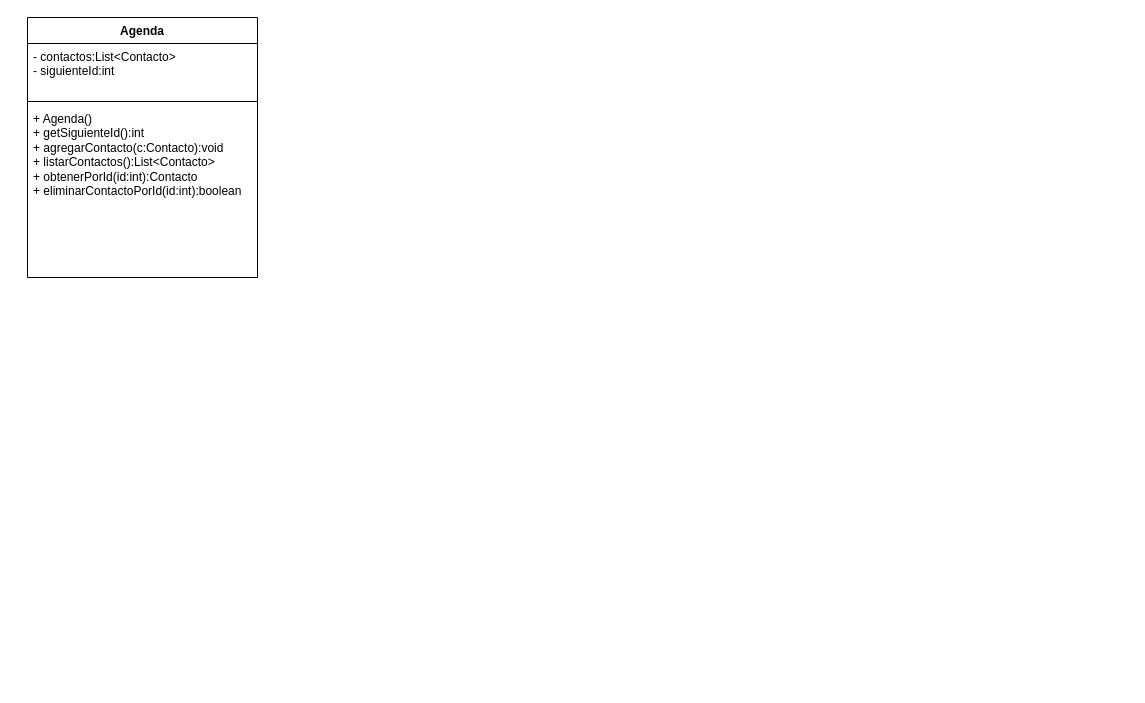
The draw.io diagram assets/diagrama.drawio in jgonbur142/P02_Ingenieria_Inversa, before the edit. Source tidied: cells renumbered, new cells numbered last; positions are measured from the earlier drawing's top-left corner, leaving out a move shared by most shapes. Both pictures are drawn from the tidied source at 100%, with x=0, y=0 at pixel (27, 17).
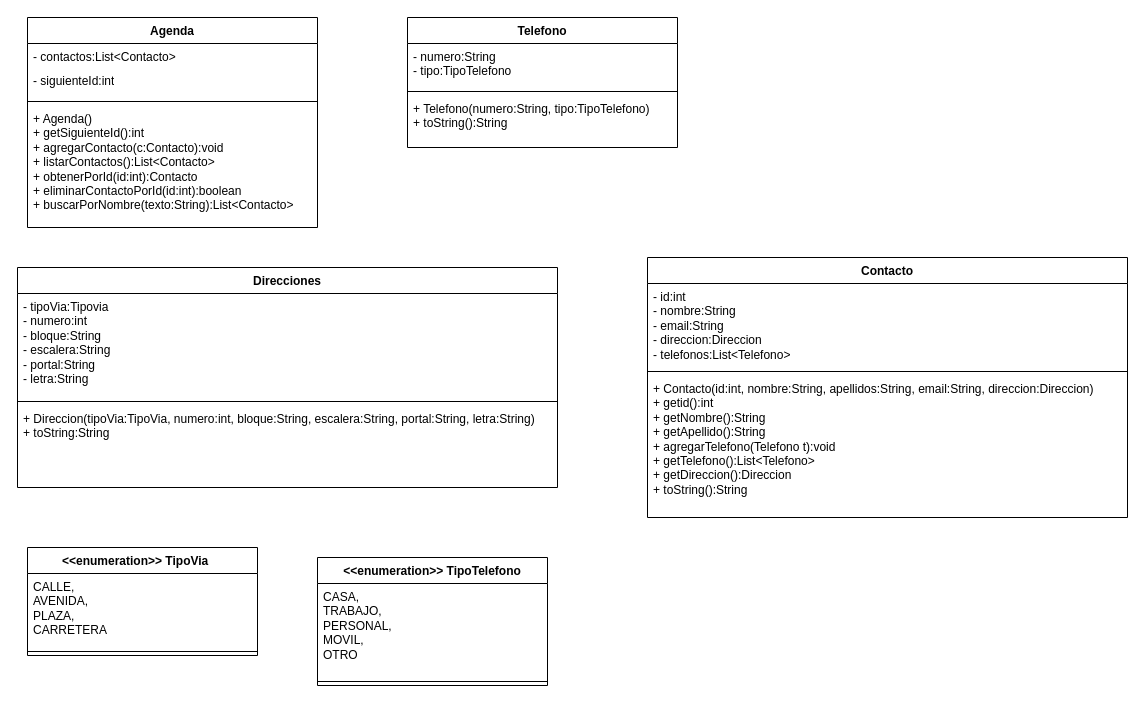
The same diagram, later.

Commit message (it also covers changes not shown here):
||Trabajo en casa|| Diagrama casi terminado y preguntas para responder en /docs.

What changed in the source:
```diff
@@
     <mxCell id="2" value="Agenda" style="swimlane;fontStyle=1;align=center;verticalAlign=top;horizontal=1;startSize=26;whiteSpace=wrap;html=1;" parent="1" vertex="1">
-      <mxGeometry width="230" height="260" as="geometry" />
+      <mxGeometry width="290" height="210" as="geometry" />
     </mxCell>
-    <mxCell id="3" value="&lt;div&gt;- contactos:List&amp;lt;Contacto&amp;gt;&lt;/div&gt;&lt;div&gt;- siguienteId:int&lt;/div&gt;" style="text;strokeColor=none;fillColor=none;align=left;verticalAlign=top;spacingLeft=4;spacingRight=4;overflow=hidden;whiteSpace=wrap;html=1;" parent="2" vertex="1">
-      <mxGeometry y="26" width="230" height="54" as="geometry" />
+    <mxCell id="3" value="&lt;div&gt;- contactos:List&amp;lt;Contacto&amp;gt;&lt;/div&gt;" style="text;strokeColor=none;fillColor=none;align=left;verticalAlign=top;spacingLeft=4;spacingRight=4;overflow=hidden;whiteSpace=wrap;html=1;" parent="2" vertex="1">
+      <mxGeometry y="26" width="290" height="24" as="geometry" />
     </mxCell>
+    <mxCell id="6" value="&lt;div&gt;&lt;span style=&quot;background-color: transparent; color: light-dark(rgb(0, 0, 0), rgb(255, 255, 255));&quot;&gt;- siguienteId:int&lt;/span&gt;&lt;/div&gt;" style="text;strokeColor=none;fillColor=none;align=left;verticalAlign=top;spacingLeft=4;spacingRight=4;overflow=hidden;whiteSpace=wrap;html=1;" parent="2" vertex="1">
+      <mxGeometry y="50" width="290" height="30" as="geometry" />
+    </mxCell>
     <mxCell id="4" style="line;strokeWidth=1;fillColor=none;align=left;verticalAlign=middle;spacingTop=-1;spacingLeft=3;spacingRight=3;labelPosition=right;strokeColor=inherit;" parent="2" vertex="1">
-      <mxGeometry y="80" width="230" height="8" as="geometry" />
+      <mxGeometry y="80" width="290" height="8" as="geometry" />
     </mxCell>
-    <mxCell id="5" value="+ Agenda()&lt;div&gt;+ getSiguienteId():int&lt;/div&gt;&lt;div&gt;+ agregarContacto(c:Contacto):void&lt;/div&gt;&lt;div&gt;+ listarContactos():List&amp;lt;Contacto&amp;gt;&lt;/div&gt;&lt;div&gt;+ obtenerPorId(id:int):Contacto&lt;/div&gt;&lt;div&gt;+ eliminarContactoPorId(id:int):boolean&lt;/div&gt;" style="text;strokeColor=none;fillColor=none;align=left;verticalAlign=top;spacingLeft=4;spacingRight=4;overflow=hidden;whiteSpace=wrap;html=1;" parent="2" vertex="1">
-      <mxGeometry y="88" width="230" height="172" as="geometry" />
+    <mxCell id="5" value="+ Agenda()&lt;div&gt;+ getSiguienteId():int&lt;/div&gt;&lt;div&gt;+ agregarContacto(c:Contacto):void&lt;/div&gt;&lt;div&gt;+ listarContactos():List&amp;lt;Contacto&amp;gt;&lt;/div&gt;&lt;div&gt;+ obtenerPorId(id:int):Contacto&lt;/div&gt;&lt;div&gt;+ eliminarContactoPorId(id:int):boolean&lt;/div&gt;&lt;div&gt;+ buscarPorNombre(texto:String):List&amp;lt;Contacto&amp;gt;&lt;/div&gt;" style="text;strokeColor=none;fillColor=none;align=left;verticalAlign=top;spacingLeft=4;spacingRight=4;overflow=hidden;whiteSpace=wrap;html=1;" parent="2" vertex="1">
+      <mxGeometry y="88" width="290" height="122" as="geometry" />
     </mxCell>
+    <mxCell id="7" value="Telefono" style="swimlane;fontStyle=1;align=center;verticalAlign=top;horizontal=1;startSize=26;whiteSpace=wrap;html=1;" parent="1" vertex="1">
+      <mxGeometry x="380" width="270" height="130" as="geometry" />
+    </mxCell>
+    <mxCell id="8" value="- numero:String&lt;div&gt;- tipo:TipoTelefono&lt;/div&gt;" style="text;strokeColor=none;fillColor=none;align=left;verticalAlign=top;spacingLeft=4;spacingRight=4;overflow=hidden;whiteSpace=wrap;html=1;" parent="7" vertex="1">
+      <mxGeometry y="26" width="270" height="44" as="geometry" />
+    </mxCell>
+    <mxCell id="9" style="line;strokeWidth=1;fillColor=none;align=left;verticalAlign=middle;spacingTop=-1;spacingLeft=3;spacingRight=3;labelPosition=right;strokeColor=inherit;" parent="7" vertex="1">
+      <mxGeometry y="70" width="270" height="8" as="geometry" />
+    </mxCell>
+    <mxCell id="10" value="+ Telefono(numero:String, tipo:TipoTelefono)&lt;div&gt;+ toString():String&lt;/div&gt;" style="text;strokeColor=none;fillColor=none;align=left;verticalAlign=top;spacingLeft=4;spacingRight=4;overflow=hidden;whiteSpace=wrap;html=1;" parent="7" vertex="1">
+      <mxGeometry y="78" width="270" height="52" as="geometry" />
+    </mxCell>
+    <mxCell id="11" value="Direcciones" style="swimlane;fontStyle=1;align=center;verticalAlign=top;horizontal=1;startSize=26;whiteSpace=wrap;html=1;" parent="1" vertex="1">
+      <mxGeometry x="-10" y="250" width="540" height="220" as="geometry" />
+    </mxCell>
+    <mxCell id="12" value="- tipoVia:Tipovia&lt;div&gt;- numero:int&lt;/div&gt;&lt;div&gt;- bloque:String&lt;/div&gt;&lt;div&gt;- escalera:String&lt;/div&gt;&lt;div&gt;- portal:String&lt;/div&gt;&lt;div&gt;- letra:String&lt;br&gt;&lt;div&gt;&lt;br&gt;&lt;/div&gt;&lt;/div&gt;" style="text;strokeColor=none;fillColor=none;align=left;verticalAlign=top;spacingLeft=4;spacingRight=4;overflow=hidden;whiteSpace=wrap;html=1;" parent="11" vertex="1">
+      <mxGeometry y="26" width="540" height="104" as="geometry" />
+    </mxCell>
+    <mxCell id="13" style="line;strokeWidth=1;fillColor=none;align=left;verticalAlign=middle;spacingTop=-1;spacingLeft=3;spacingRight=3;labelPosition=right;strokeColor=inherit;" parent="11" vertex="1">
+      <mxGeometry y="130" width="540" height="8" as="geometry" />
+    </mxCell>
+    <mxCell id="14" value="+ Direccion(tipoVia:TipoVia, numero:int, bloque:String, escalera:String, portal:String, letra:String)&lt;div&gt;+ toString:String&lt;/div&gt;" style="text;strokeColor=none;fillColor=none;align=left;verticalAlign=top;spacingLeft=4;spacingRight=4;overflow=hidden;whiteSpace=wrap;html=1;" parent="11" vertex="1">
+      <mxGeometry y="138" width="540" height="82" as="geometry" />
+    </mxCell>
+    <mxCell id="15" value="Contacto" style="swimlane;fontStyle=1;align=center;verticalAlign=top;horizontal=1;startSize=26;whiteSpace=wrap;html=1;" parent="1" vertex="1">
+      <mxGeometry x="620" y="240" width="480" height="260" as="geometry" />
+    </mxCell>
+    <mxCell id="16" value="- id:int&lt;div&gt;- nombre:String&lt;/div&gt;&lt;div&gt;- email:String&lt;/div&gt;&lt;div&gt;- direccion:Direccion&lt;/div&gt;&lt;div&gt;- telefonos:List&amp;lt;Telefono&amp;gt;&lt;/div&gt;" style="text;strokeColor=none;fillColor=none;align=left;verticalAlign=top;spacingLeft=4;spacingRight=4;overflow=hidden;whiteSpace=wrap;html=1;" parent="15" vertex="1">
+      <mxGeometry y="26" width="480" height="84" as="geometry" />
+    </mxCell>
+    <mxCell id="17" style="line;strokeWidth=1;fillColor=none;align=left;verticalAlign=middle;spacingTop=-1;spacingLeft=3;spacingRight=3;labelPosition=right;strokeColor=inherit;" parent="15" vertex="1">
+      <mxGeometry y="110" width="480" height="8" as="geometry" />
+    </mxCell>
+    <mxCell id="18" value="+ Contacto(id:int, nombre:String, apellidos:String, email:String, direccion:Direccion)&lt;div&gt;+ getid():int&lt;/div&gt;&lt;div&gt;+ getNombre():String&lt;/div&gt;&lt;div&gt;+ getApellido():String&lt;/div&gt;&lt;div&gt;+ agregarTelefono(Telefono t):void&lt;/div&gt;&lt;div&gt;+ getTelefono():List&amp;lt;Telefono&amp;gt;&lt;/div&gt;&lt;div&gt;+ getDireccion():Direccion&lt;/div&gt;&lt;div&gt;+ toString():String&lt;/div&gt;" style="text;strokeColor=none;fillColor=none;align=left;verticalAlign=top;spacingLeft=4;spacingRight=4;overflow=hidden;whiteSpace=wrap;html=1;" parent="15" vertex="1">
+      <mxGeometry y="118" width="480" height="142" as="geometry" />
+    </mxCell>
+    <mxCell id="19" value="&amp;lt;&amp;lt;enumeration&amp;gt;&amp;gt; TipoVia&lt;span style=&quot;white-space: pre;&quot;&gt;&#9;&lt;/span&gt;" style="swimlane;fontStyle=1;align=center;verticalAlign=top;horizontal=1;startSize=26;whiteSpace=wrap;html=1;" parent="1" vertex="1">
+      <mxGeometry y="530" width="230" height="108" as="geometry" />
+    </mxCell>
+    <mxCell id="20" value="CALLE,&lt;div&gt;AVENIDA,&lt;/div&gt;&lt;div&gt;PLAZA,&lt;/div&gt;&lt;div&gt;CARRETERA&lt;/div&gt;" style="text;strokeColor=none;fillColor=none;align=left;verticalAlign=top;spacingLeft=4;spacingRight=4;overflow=hidden;whiteSpace=wrap;html=1;" parent="19" vertex="1">
+      <mxGeometry y="26" width="230" height="74" as="geometry" />
+    </mxCell>
+    <mxCell id="21" style="line;strokeWidth=1;fillColor=none;align=left;verticalAlign=middle;spacingTop=-1;spacingLeft=3;spacingRight=3;labelPosition=right;strokeColor=inherit;" parent="19" vertex="1">
+      <mxGeometry y="100" width="230" height="8" as="geometry" />
+    </mxCell>
+    <mxCell id="22" value="&amp;lt;&amp;lt;enumeration&amp;gt;&amp;gt; TipoTelefono" style="swimlane;fontStyle=1;align=center;verticalAlign=top;horizontal=1;startSize=26;whiteSpace=wrap;html=1;" parent="1" vertex="1">
+      <mxGeometry x="290" y="540" width="230" height="128" as="geometry" />
+    </mxCell>
+    <mxCell id="23" value="CASA,&lt;div&gt;TRABAJO,&lt;/div&gt;&lt;div&gt;PERSONAL,&lt;/div&gt;&lt;div&gt;MOVIL,&lt;/div&gt;&lt;div&gt;OTRO&lt;/div&gt;" style="text;strokeColor=none;fillColor=none;align=left;verticalAlign=top;spacingLeft=4;spacingRight=4;overflow=hidden;whiteSpace=wrap;html=1;" parent="22" vertex="1">
+      <mxGeometry y="26" width="230" height="94" as="geometry" />
+    </mxCell>
+    <mxCell id="24" style="line;strokeWidth=1;fillColor=none;align=left;verticalAlign=middle;spacingTop=-1;spacingLeft=3;spacingRight=3;labelPosition=right;strokeColor=inherit;" parent="22" vertex="1">
+      <mxGeometry y="120" width="230" height="8" as="geometry" />
+    </mxCell>
```
